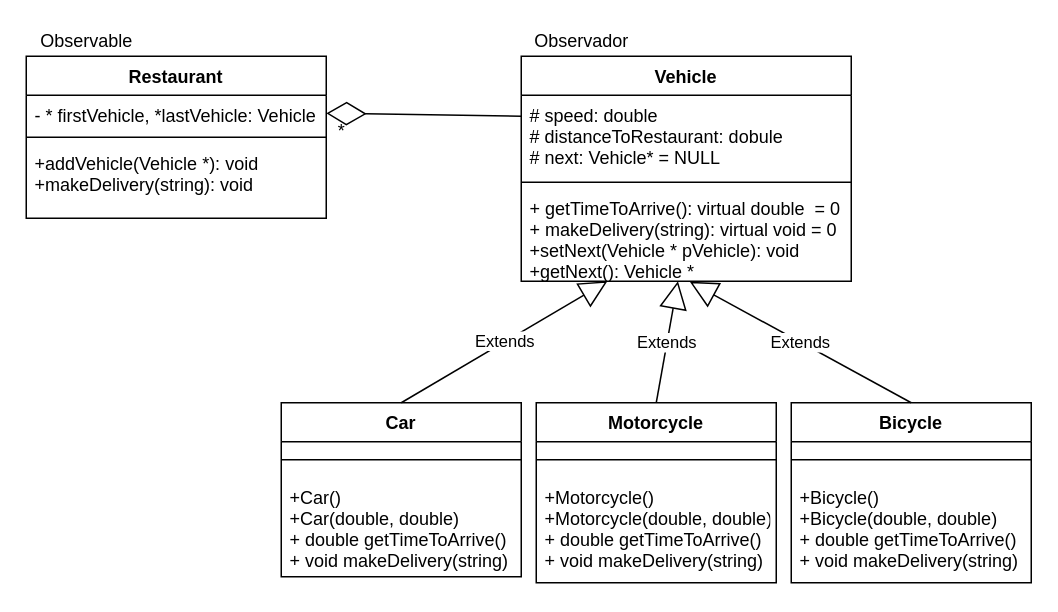
Above: Untitled Diagram.drawio in TheLopezepoL/Caso2 (draw.io), before the change. Source tidied: cells renumbered, new cells numbered last; positions are measured from the earlier drawing's top-left corner, leaving out a move shared by most shapes. Both pictures are drawn from the tidied source at 150%, with x=0, y=0 at pixel (26, 26).
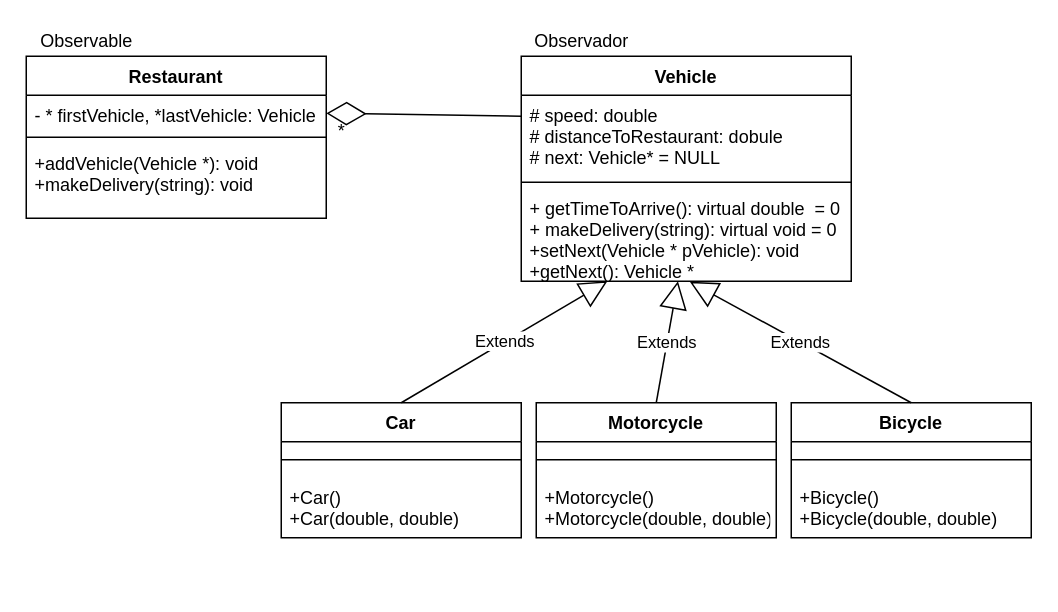
The same diagram, later.

Commit message:
Diagrama de clases

What changed in the source:
```diff
@@
     <mxCell id="10" value="Car" style="swimlane;fontStyle=1;align=center;verticalAlign=top;horizontal=1;startSize=26;" parent="1" vertex="1">
-      <mxGeometry x="170" y="251" width="160" height="116" as="geometry" />
+      <mxGeometry x="170" y="251" width="160" height="90" as="geometry" />
     </mxCell>
@@
-    <mxCell id="12" value="+Car()&#10;+Car(double, double)&#10;+ double getTimeToArrive()&#10;+ void makeDelivery(string)" style="text;strokeColor=none;fillColor=none;align=left;verticalAlign=top;spacingLeft=4;spacingRight=4;overflow=hidden;" parent="10" vertex="1">
-      <mxGeometry y="50" width="160" height="66" as="geometry" />
+    <mxCell id="12" value="+Car()&#10;+Car(double, double)&#10;" style="text;strokeColor=none;fillColor=none;align=left;verticalAlign=top;spacingLeft=4;spacingRight=4;overflow=hidden;" parent="10" vertex="1">
+      <mxGeometry y="50" width="160" height="40" as="geometry" />
     </mxCell>
     <mxCell id="13" value="Bicycle" style="swimlane;fontStyle=1;align=center;verticalAlign=top;horizontal=1;startSize=26;" parent="1" vertex="1">
-      <mxGeometry x="510" y="251" width="160" height="120" as="geometry" />
+      <mxGeometry x="510" y="251" width="160" height="90" as="geometry" />
     </mxCell>
@@
-    <mxCell id="15" value="+Bicycle()&#10;+Bicycle(double, double)&#10;+ double getTimeToArrive()&#10;+ void makeDelivery(string)" style="text;strokeColor=none;fillColor=none;align=left;verticalAlign=top;spacingLeft=4;spacingRight=4;overflow=hidden;" parent="13" vertex="1">
-      <mxGeometry y="50" width="160" height="70" as="geometry" />
+    <mxCell id="15" value="+Bicycle()&#10;+Bicycle(double, double)&#10;" style="text;strokeColor=none;fillColor=none;align=left;verticalAlign=top;spacingLeft=4;spacingRight=4;overflow=hidden;" parent="13" vertex="1">
+      <mxGeometry y="50" width="160" height="40" as="geometry" />
     </mxCell>
     <mxCell id="16" value="Motorcycle" style="swimlane;fontStyle=1;align=center;verticalAlign=top;horizontal=1;startSize=26;" parent="1" vertex="1">
-      <mxGeometry x="340" y="251" width="160" height="120" as="geometry" />
+      <mxGeometry x="340" y="251" width="160" height="90" as="geometry" />
     </mxCell>
@@
-    <mxCell id="18" value="+Motorcycle()&#10;+Motorcycle(double, double)&#10;+ double getTimeToArrive()&#10;+ void makeDelivery(string)" style="text;strokeColor=none;fillColor=none;align=left;verticalAlign=top;spacingLeft=4;spacingRight=4;overflow=hidden;" parent="16" vertex="1">
-      <mxGeometry y="50" width="160" height="70" as="geometry" />
+    <mxCell id="18" value="+Motorcycle()&#10;+Motorcycle(double, double)&#10;" style="text;strokeColor=none;fillColor=none;align=left;verticalAlign=top;spacingLeft=4;spacingRight=4;overflow=hidden;" parent="16" vertex="1">
+      <mxGeometry y="50" width="160" height="40" as="geometry" />
     </mxCell>
```
